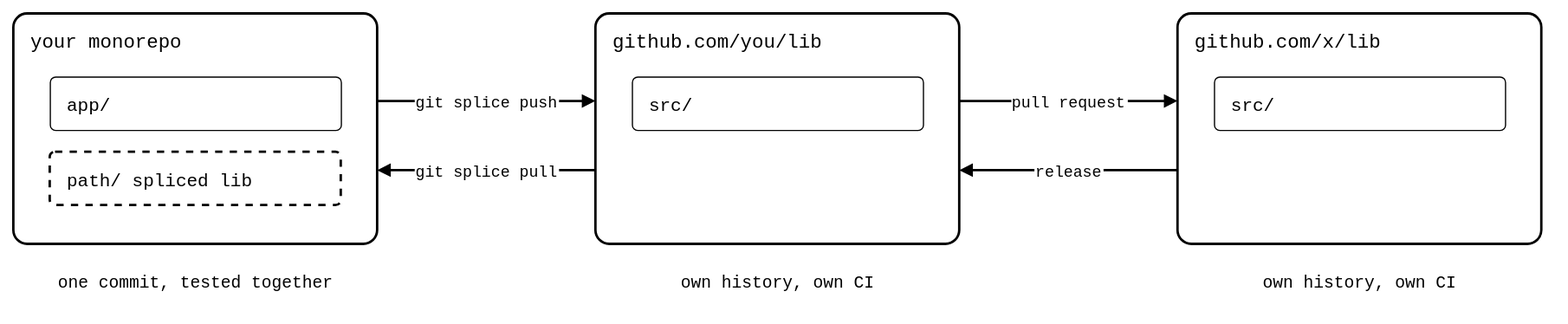
roschaefer/git-splice keeps this draw.io diagram as docs/images/readme-solution.drawio.svg. Above is the earlier version. Source tidied: cells renumbered, new cells last; positions are measured from the earlier drawing's top-left corner, leaving out a move shared by most shapes.
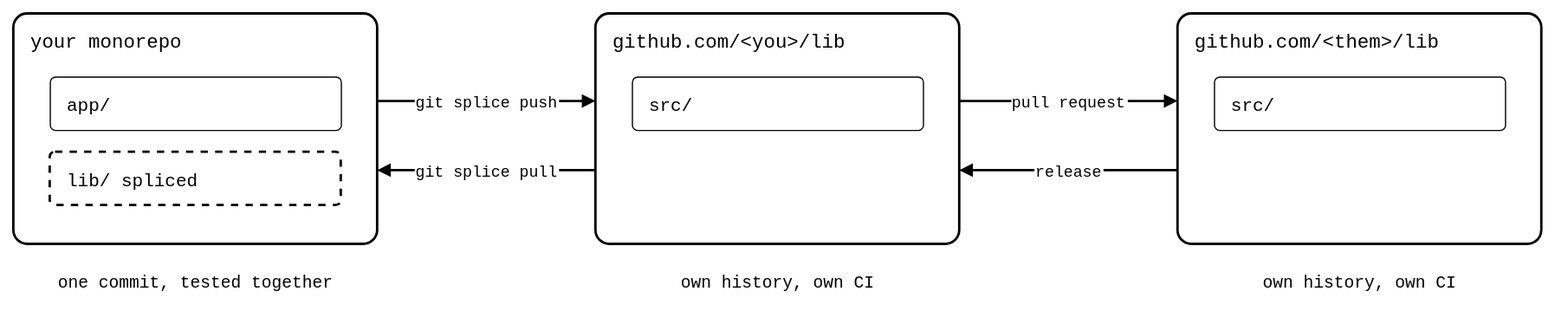
Above is the later version.

What changed in the source:
```diff
@@ -8,16 +8,16 @@
     <mxCell id="3" value="app/" style="rounded=1;arcSize=10;fillColor=none;strokeWidth=1;fontSize=15;align=left;spacingLeft=12;fontFamily=Roboto Mono,monospace;" parent="1" vertex="1">
       <mxGeometry x="30" y="52" width="240" height="44" as="geometry" />
     </mxCell>
-    <mxCell id="4" value="path/  spliced lib" style="rounded=1;arcSize=10;fillColor=none;strokeWidth=1;fontSize=15;align=left;spacingLeft=12;dashed=1;strokeWidth=2;fontFamily=Roboto Mono,monospace;" parent="1" vertex="1">
+    <mxCell id="4" value="lib/  spliced" style="rounded=1;arcSize=10;fillColor=none;strokeWidth=1;fontSize=15;align=left;spacingLeft=12;dashed=1;strokeWidth=2;fontFamily=Roboto Mono,monospace;" parent="1" vertex="1">
       <mxGeometry x="30" y="114" width="240" height="44" as="geometry" />
     </mxCell>
-    <mxCell id="5" value="github.com/you/lib" style="rounded=1;arcSize=6;fillColor=none;strokeWidth=2;fontSize=16;verticalAlign=top;align=left;spacingLeft=12;spacingTop=6;fontFamily=Roboto Mono,monospace;" parent="1" vertex="1">
+    <mxCell id="5" value="github.com/&lt;you&gt;/lib" style="rounded=1;arcSize=6;fillColor=none;strokeWidth=2;fontSize=16;verticalAlign=top;align=left;spacingLeft=12;spacingTop=6;fontFamily=Roboto Mono,monospace;" parent="1" vertex="1">
       <mxGeometry x="480" width="300" height="190" as="geometry" />
     </mxCell>
     <mxCell id="6" value="src/" style="rounded=1;arcSize=10;fillColor=none;strokeWidth=1;fontSize=15;align=left;spacingLeft=12;fontFamily=Roboto Mono,monospace;" parent="1" vertex="1">
       <mxGeometry x="510" y="52" width="240" height="44" as="geometry" />
     </mxCell>
-    <mxCell id="7" value="github.com/x/lib" style="rounded=1;arcSize=6;fillColor=none;strokeWidth=2;fontSize=16;verticalAlign=top;align=left;spacingLeft=12;spacingTop=6;fontFamily=Roboto Mono,monospace;" parent="1" vertex="1">
+    <mxCell id="7" value="github.com/&lt;them&gt;/lib" style="rounded=1;arcSize=6;fillColor=none;strokeWidth=2;fontSize=16;verticalAlign=top;align=left;spacingLeft=12;spacingTop=6;fontFamily=Roboto Mono,monospace;" parent="1" vertex="1">
       <mxGeometry x="960" width="300" height="190" as="geometry" />
     </mxCell>
     <mxCell id="8" value="src/" style="rounded=1;arcSize=10;fillColor=none;strokeWidth=1;fontSize=15;align=left;spacingLeft=12;fontFamily=Roboto Mono,monospace;" parent="1" vertex="1">
```
